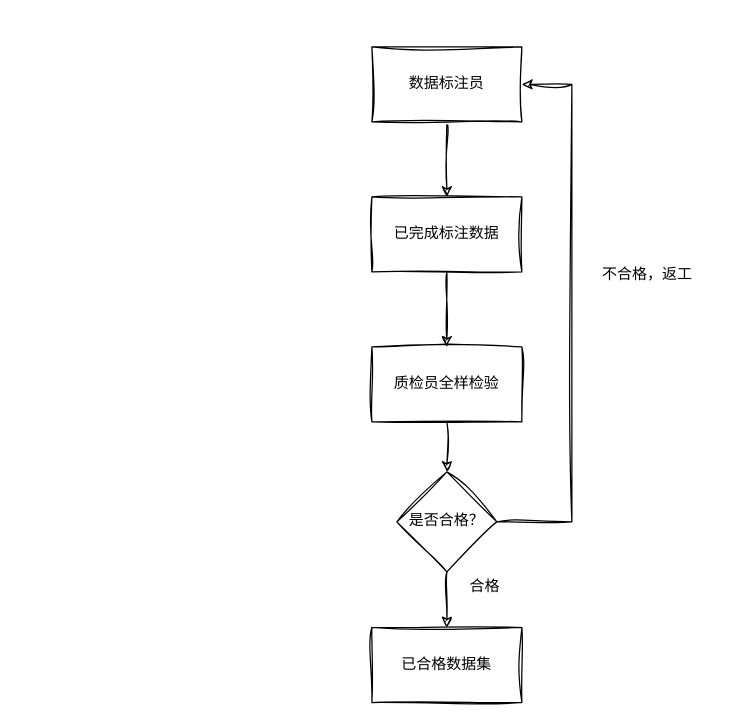
This is page "全样检验" (3 of 6) of 人工智能训练师三级.drawio from n-i-n-g-e-n/drawio, a draw.io file, before an edit. Source tidied: cells renumbered, new cells numbered last; positions are measured from the earlier drawing's top-left corner, leaving out a move shared by most shapes. Both pictures are drawn from the tidied source at 125%, with x=0, y=0 at pixel (371, 46).
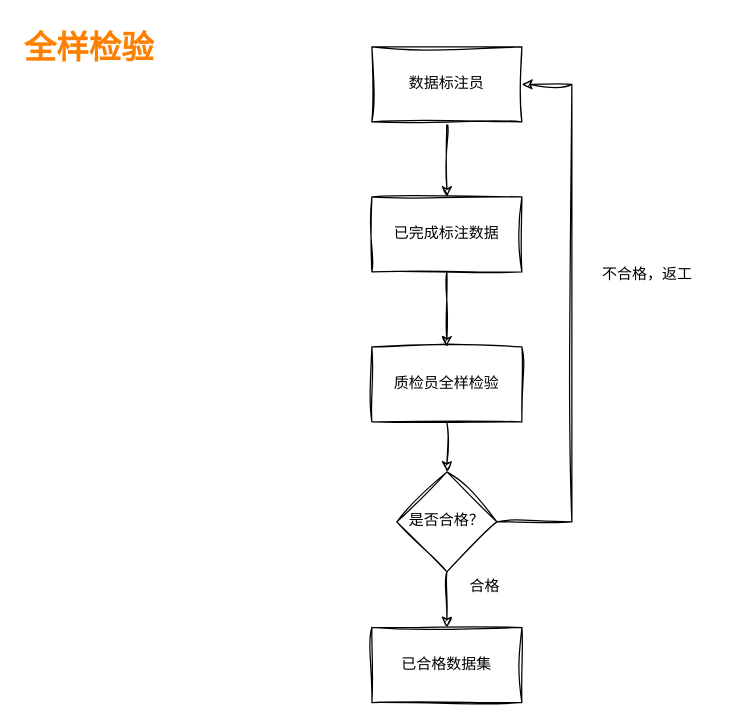
After the change.

The edit, as a diff of the source:
```diff
@@
 <mxGraphModel>
   <root>
     <mxCell id="0" />
     <mxCell id="1" parent="0" />
     <mxCell id="2" style="edgeStyle=orthogonalEdgeStyle;rounded=0;sketch=1;hachureGap=4;jiggle=2;curveFitting=1;jettySize=auto;html=1;fontFamily=Architects Daughter;" parent="1" edge="1" source="3" target="5">
       <mxGeometry relative="1" as="geometry" />
     </mxCell>
     <mxCell id="3" value="数据标注员" style="rounded=0;whiteSpace=wrap;html=1;sketch=1;hachureGap=4;jiggle=2;curveFitting=1;fontFamily=Architects Daughter;" parent="1" vertex="1">
       <mxGeometry width="120" height="60" as="geometry" />
     </mxCell>
     <mxCell id="4" style="edgeStyle=orthogonalEdgeStyle;rounded=0;sketch=1;hachureGap=4;jiggle=2;curveFitting=1;jettySize=auto;html=1;fontFamily=Architects Daughter;" parent="1" edge="1" source="5" target="7">
       <mxGeometry relative="1" as="geometry" />
     </mxCell>
     <mxCell id="5" value="已完成标注数据" style="rounded=0;whiteSpace=wrap;html=1;sketch=1;hachureGap=4;jiggle=2;curveFitting=1;fontFamily=Architects Daughter;" parent="1" vertex="1">
       <mxGeometry y="120" width="120" height="60" as="geometry" />
     </mxCell>
     <mxCell id="6" style="edgeStyle=orthogonalEdgeStyle;rounded=0;sketch=1;hachureGap=4;jiggle=2;curveFitting=1;jettySize=auto;html=1;fontFamily=Architects Daughter;" parent="1" edge="1" source="7" target="10">
       <mxGeometry relative="1" as="geometry" />
     </mxCell>
     <mxCell id="7" value="质检员全样检验" style="rounded=0;whiteSpace=wrap;html=1;sketch=1;hachureGap=4;jiggle=2;curveFitting=1;fontFamily=Architects Daughter;" parent="1" vertex="1">
       <mxGeometry y="240" width="120" height="60" as="geometry" />
     </mxCell>
     <mxCell id="8" style="edgeStyle=orthogonalEdgeStyle;rounded=0;sketch=1;hachureGap=4;jiggle=2;curveFitting=1;jettySize=auto;html=1;fontFamily=Architects Daughter;" parent="1" edge="1" source="10" target="11">
       <mxGeometry relative="1" as="geometry" />
     </mxCell>
     <mxCell id="9" style="edgeStyle=orthogonalEdgeStyle;rounded=0;sketch=1;hachureGap=4;jiggle=2;curveFitting=1;jettySize=auto;html=1;exitX=1;exitY=0.5;exitDx=0;exitDy=0;entryX=1;entryY=0.5;entryDx=0;entryDy=0;fontFamily=Architects Daughter;" parent="1" edge="1" source="10" target="3">
       <mxGeometry relative="1" as="geometry">
         <Array as="points">
           <mxPoint x="160" y="380" />
           <mxPoint x="160" y="30" />
         </Array>
       </mxGeometry>
     </mxCell>
     <mxCell id="10" value="是否合格？" style="rhombus;whiteSpace=wrap;html=1;fontFamily=Architects Daughter;rounded=0;sketch=1;hachureGap=4;jiggle=2;curveFitting=1;" parent="1" vertex="1">
       <mxGeometry x="20" y="340" width="80" height="80" as="geometry" />
     </mxCell>
     <mxCell id="11" value="已合格数据集" style="whiteSpace=wrap;html=1;fontFamily=Architects Daughter;rounded=0;sketch=1;hachureGap=4;jiggle=2;curveFitting=1;" parent="1" vertex="1">
       <mxGeometry y="464.5" width="120" height="60" as="geometry" />
     </mxCell>
     <mxCell id="12" value="合格" style="text;html=1;align=center;verticalAlign=middle;strokeColor=none;fillColor=none;fontFamily=Architects Daughter;" parent="1" vertex="1">
       <mxGeometry x="65" y="418" width="50" height="30" as="geometry" />
     </mxCell>
     <mxCell id="13" value="不合格，返工" style="text;html=1;align=center;verticalAlign=middle;strokeColor=none;fillColor=none;fontFamily=Architects Daughter;" parent="1" vertex="1">
       <mxGeometry x="170" y="168" width="100" height="30" as="geometry" />
     </mxCell>
+    <mxCell id="14" value="全样检验" style="text;whiteSpace=wrap;fontFamily=Architects Daughter;fontStyle=1;fontSize=26;fontColor=#FF8000;" parent="1" vertex="1">
+      <mxGeometry x="-280" y="-20" width="160" height="60" as="geometry" />
+    </mxCell>
   </root>
 </mxGraphModel>
```
